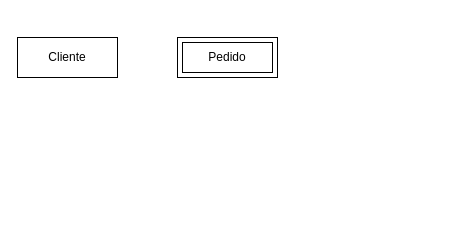
lucaperez123/CursoAlura keeps this draw.io diagram as Manejo de bases de datos.drawio. Above is the earlier version. Source tidied: cells renumbered, new cells numbered last; positions are measured from the earlier drawing's top-left corner, leaving out a move shared by most shapes. Both pictures are drawn from the tidied source at 100%, with x=0, y=0 at pixel (17, 37).
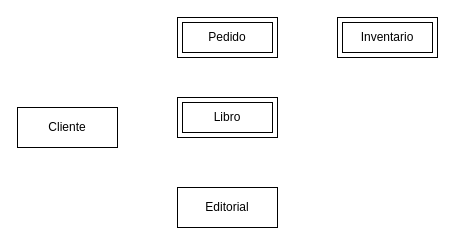
The same page after the edit.

Commit message:
Añadimos entidades debiles dependientes (libro inventario)

What changed in the source:
```diff
@@
 <mxGraphModel>
   <root>
     <mxCell id="0" />
     <mxCell id="1" parent="0" />
     <mxCell id="2" value="Cliente" style="whiteSpace=wrap;html=1;align=center;" parent="1" vertex="1">
-      <mxGeometry width="100" height="40" as="geometry" />
+      <mxGeometry y="70" width="100" height="40" as="geometry" />
     </mxCell>
     <mxCell id="3" value="Pedido" style="shape=ext;margin=3;double=1;whiteSpace=wrap;html=1;align=center;" parent="1" vertex="1">
-      <mxGeometry x="160" width="100" height="40" as="geometry" />
+      <mxGeometry x="160" y="-20" width="100" height="40" as="geometry" />
     </mxCell>
+    <mxCell id="4" value="Editorial" style="whiteSpace=wrap;html=1;align=center;" parent="1" vertex="1">
+      <mxGeometry x="160" y="150" width="100" height="40" as="geometry" />
+    </mxCell>
+    <mxCell id="5" value="Libro" style="shape=ext;margin=3;double=1;whiteSpace=wrap;html=1;align=center;" parent="1" vertex="1">
+      <mxGeometry x="160" y="60" width="100" height="40" as="geometry" />
+    </mxCell>
+    <mxCell id="6" value="Inventario" style="shape=ext;margin=3;double=1;whiteSpace=wrap;html=1;align=center;" parent="1" vertex="1">
+      <mxGeometry x="320" y="-20" width="100" height="40" as="geometry" />
+    </mxCell>
   </root>
 </mxGraphModel>
```
